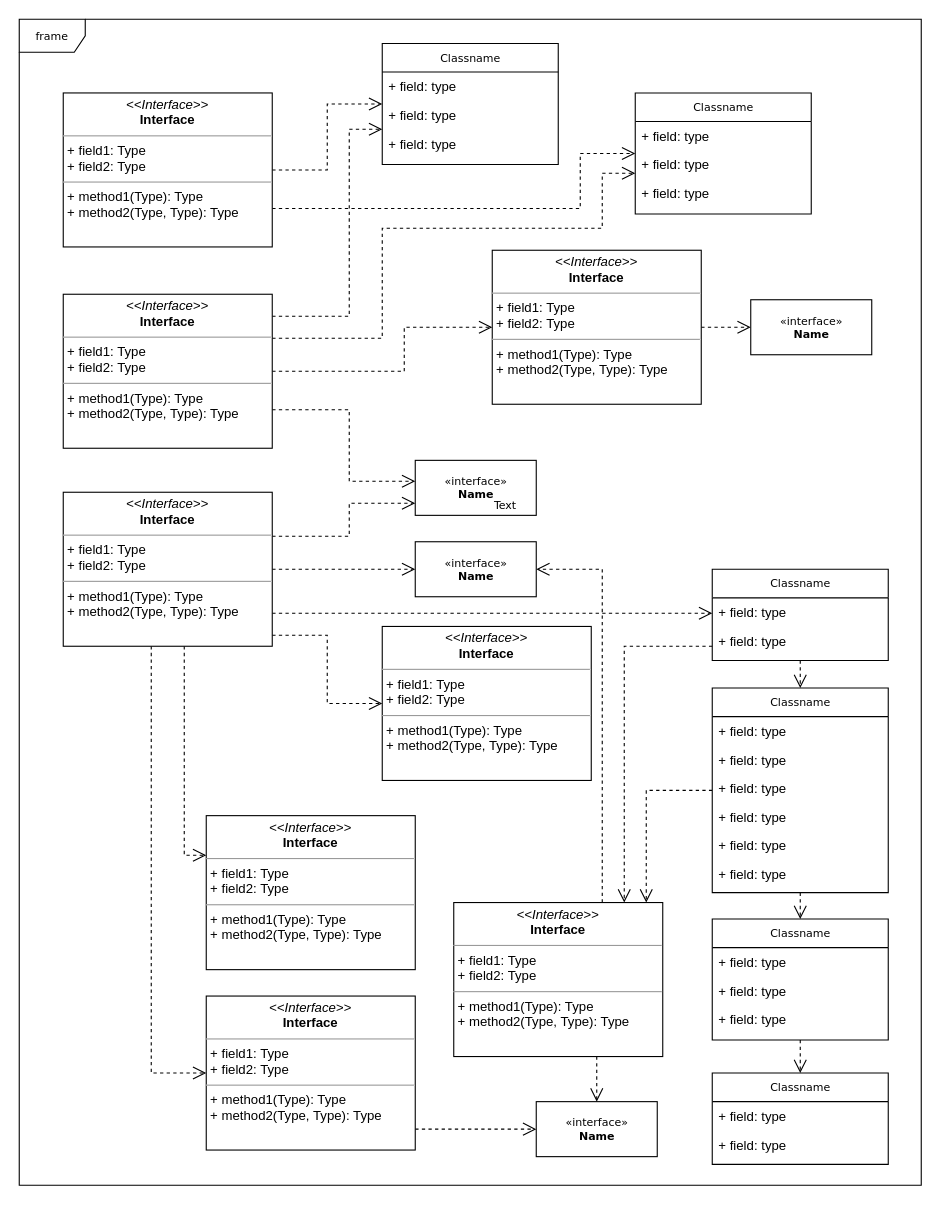
Above: page "Page-1" (1 of 2) of src/main/java/com/example/university_app/model/Untitled Diagram.drawio in TankevychO/university (draw.io), before the change. Source tidied: cells renumbered, new cells numbered last; positions are measured from the earlier drawing's top-left corner, leaving out a move shared by most shapes. Both pictures are drawn from the tidied source at 110%, with x=0, y=0 at pixel (19, 19).
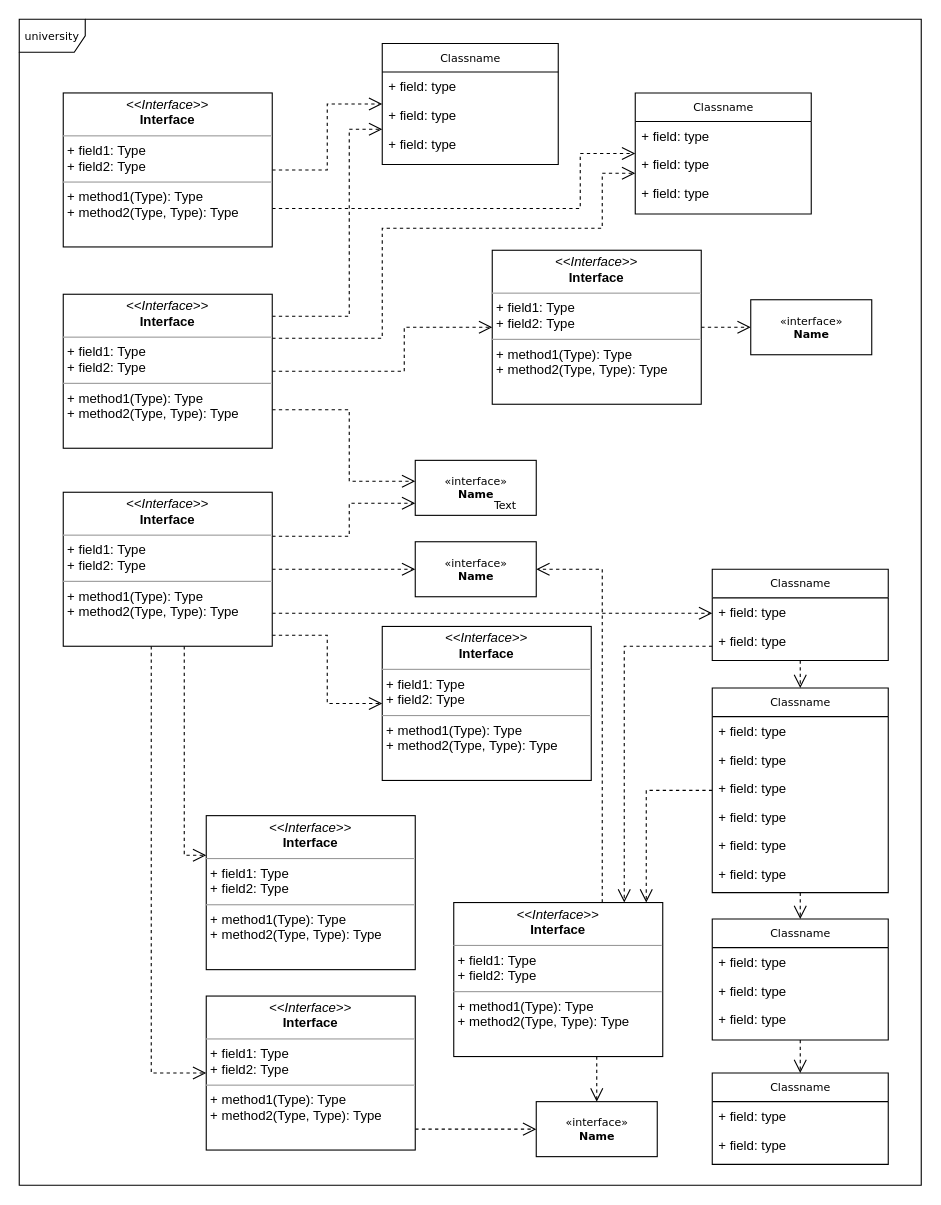
The same diagram, later.

Commit message:
Models-diagramms

What changed in the source:
```diff
@@
-    <mxCell id="2" value="frame" style="shape=umlFrame;whiteSpace=wrap;html=1;rounded=0;shadow=0;comic=0;labelBackgroundColor=none;strokeWidth=1;fontFamily=Verdana;fontSize=10;align=center;" parent="1" vertex="1">
+    <mxCell id="2" value="university" style="shape=umlFrame;whiteSpace=wrap;html=1;rounded=0;shadow=0;comic=0;labelBackgroundColor=none;strokeWidth=1;fontFamily=Verdana;fontSize=10;align=center;" parent="1" vertex="1">
       <mxGeometry width="820" height="1060" as="geometry" />
     </mxCell>
```
